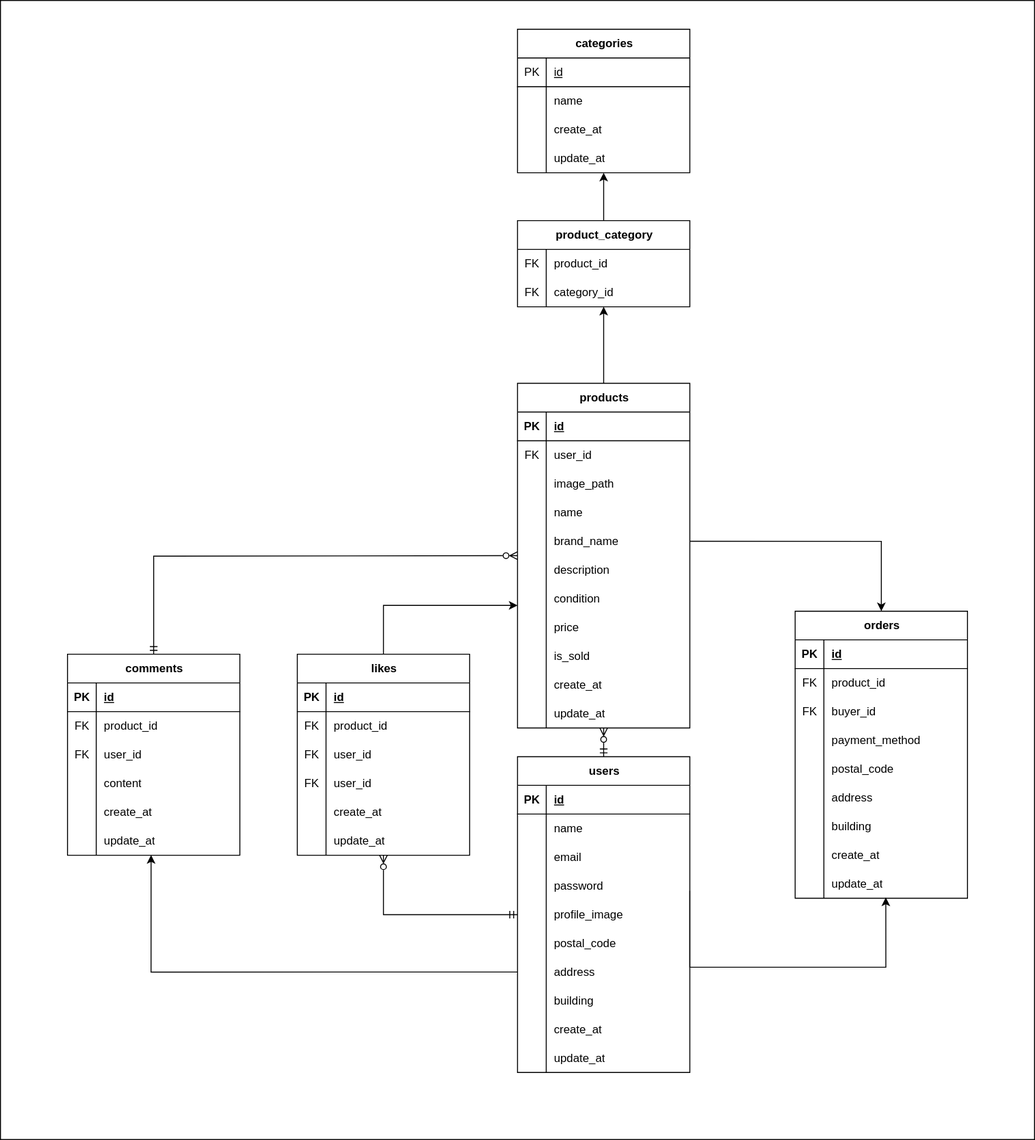
ainyan4645/flea-market_coachtech keeps this draw.io diagram as flea-market_ER.drawio.svg. Above is the earlier version. Source tidied: cells renumbered, new cells last; positions are measured from the earlier drawing's top-left corner, leaving out a move shared by most shapes.
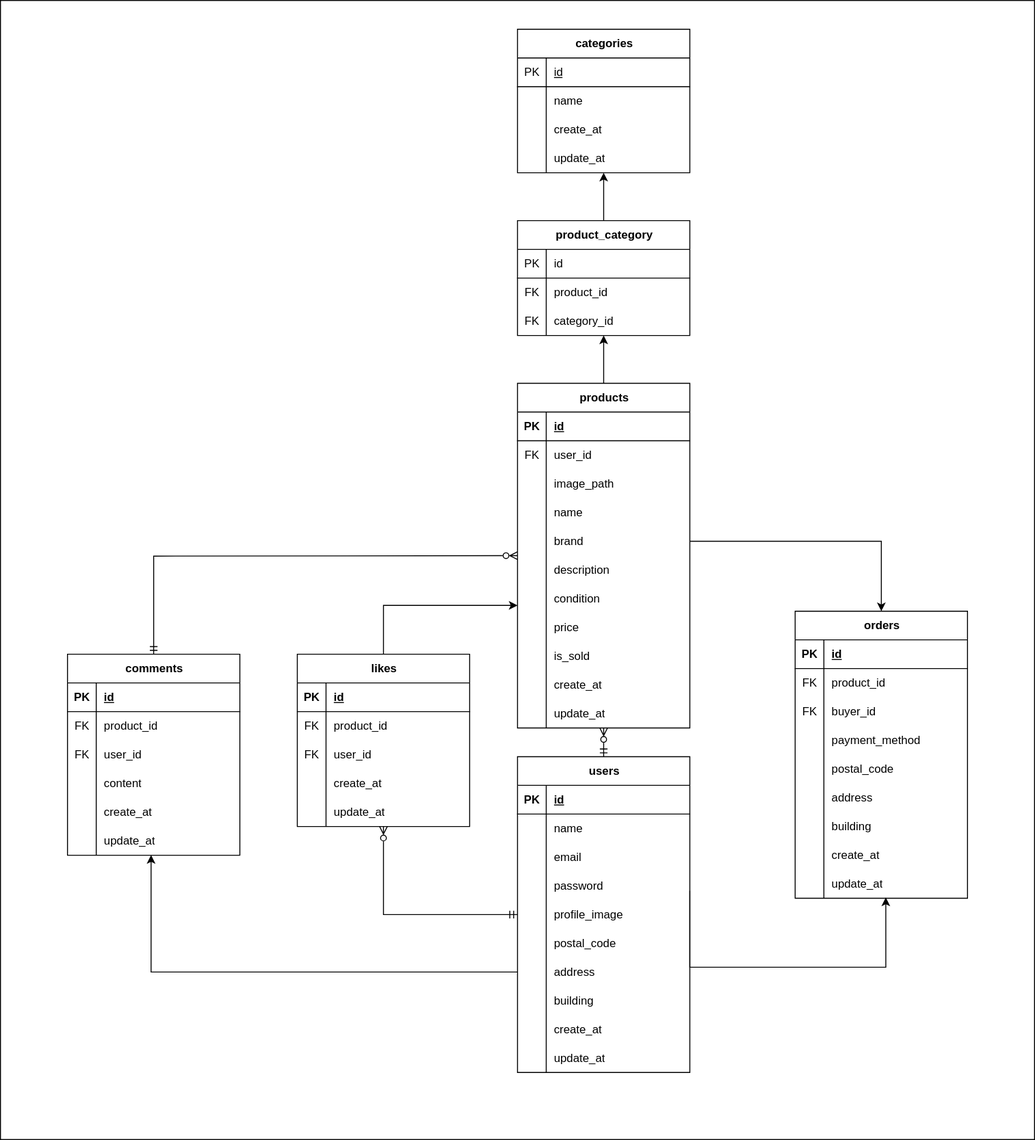
The same diagram one commit later.

Change to the diagram source:
```diff
@@ -110,7 +110,7 @@
       <mxGeometry x="30" width="150" height="30" as="geometry" />
     </mxCell>
     <mxCell id="36" value="likes" style="shape=table;startSize=30;rowLines=0;fontStyle=1;align=center;html=1;" parent="1" vertex="1">
-      <mxGeometry x="310" y="683" width="180" height="210" as="geometry" />
+      <mxGeometry x="310" y="683" width="180" height="180" as="geometry" />
     </mxCell>
     <mxCell id="37" style="shape=tableRow;horizontal=0;startSize=0;swimlaneHead=0;swimlaneBody=0;fillColor=none;top=0;left=0;right=0;bottom=1;" parent="36" vertex="1">
       <mxGeometry y="30" width="180" height="30" as="geometry" />
@@ -139,17 +139,8 @@
     <mxCell id="45" value="user_id" style="shape=partialRectangle;fillColor=none;top=0;left=0;bottom=0;right=0;align=left;spacingLeft=6;overflow=hidden;whiteSpace=wrap;html=1;" parent="43" vertex="1">
       <mxGeometry x="30" width="150" height="30" as="geometry" />
     </mxCell>
-    <mxCell id="46" style="shape=tableRow;horizontal=0;startSize=0;swimlaneHead=0;swimlaneBody=0;fillColor=none;top=0;left=0;right=0;bottom=0;" parent="36" vertex="1">
-      <mxGeometry y="120" width="180" height="30" as="geometry" />
-    </mxCell>
-    <mxCell id="47" value="FK" style="shape=partialRectangle;fillColor=none;top=0;left=0;bottom=0;right=0;overflow=hidden;whiteSpace=wrap;html=1;" parent="46" vertex="1">
-      <mxGeometry width="30" height="30" as="geometry" />
-    </mxCell>
-    <mxCell id="48" value="user_id" style="shape=partialRectangle;fillColor=none;top=0;left=0;bottom=0;right=0;align=left;spacingLeft=6;overflow=hidden;whiteSpace=wrap;html=1;" parent="46" vertex="1">
-      <mxGeometry x="30" width="150" height="30" as="geometry" />
-    </mxCell>
     <mxCell id="49" style="shape=tableRow;horizontal=0;startSize=0;swimlaneHead=0;swimlaneBody=0;fillColor=none;top=0;left=0;right=0;bottom=0;" parent="36" vertex="1">
-      <mxGeometry y="150" width="180" height="30" as="geometry" />
+      <mxGeometry y="120" width="180" height="30" as="geometry" />
     </mxCell>
     <mxCell id="50" style="shape=partialRectangle;fillColor=none;top=0;left=0;bottom=0;right=0;overflow=hidden;whiteSpace=wrap;html=1;" parent="49" vertex="1">
       <mxGeometry width="30" height="30" as="geometry" />
@@ -158,7 +149,7 @@
       <mxGeometry x="30" width="150" height="30" as="geometry" />
     </mxCell>
     <mxCell id="52" style="shape=tableRow;horizontal=0;startSize=0;swimlaneHead=0;swimlaneBody=0;fillColor=none;top=0;left=0;right=0;bottom=0;" parent="36" vertex="1">
-      <mxGeometry y="180" width="180" height="30" as="geometry" />
+      <mxGeometry y="150" width="180" height="30" as="geometry" />
     </mxCell>
     <mxCell id="53" style="shape=partialRectangle;fillColor=none;top=0;left=0;bottom=0;right=0;overflow=hidden;whiteSpace=wrap;html=1;" parent="52" vertex="1">
       <mxGeometry width="30" height="30" as="geometry" />
@@ -222,7 +213,7 @@
     <mxCell id="72" style="shape=partialRectangle;fillColor=none;top=0;left=0;bottom=0;right=0;overflow=hidden;whiteSpace=wrap;html=1;" parent="71" vertex="1">
       <mxGeometry width="30" height="30" as="geometry" />
     </mxCell>
-    <mxCell id="73" value="brand_name" style="shape=partialRectangle;fillColor=none;top=0;left=0;bottom=0;right=0;align=left;spacingLeft=6;overflow=hidden;whiteSpace=wrap;html=1;" parent="71" vertex="1">
+    <mxCell id="73" value="brand" style="shape=partialRectangle;fillColor=none;top=0;left=0;bottom=0;right=0;align=left;spacingLeft=6;overflow=hidden;whiteSpace=wrap;html=1;" parent="71" vertex="1">
       <mxGeometry x="30" width="150" height="30" as="geometry" />
     </mxCell>
     <mxCell id="74" style="shape=tableRow;horizontal=0;startSize=0;swimlaneHead=0;swimlaneBody=0;fillColor=none;top=0;left=0;right=0;bottom=0;" parent="58" vertex="1">
@@ -340,19 +331,28 @@
       <mxGeometry relative="1" as="geometry" />
     </mxCell>
     <mxCell id="112" value="product_category" style="shape=table;startSize=30;rowLines=0;fontStyle=1;align=center;html=1;" parent="1" vertex="1">
-      <mxGeometry x="540" y="230" width="180" height="90" as="geometry" />
+      <mxGeometry x="540" y="230" width="180" height="120" as="geometry" />
     </mxCell>
-    <mxCell id="113" style="shape=tableRow;horizontal=0;startSize=0;swimlaneHead=0;swimlaneBody=0;fillColor=none;top=0;left=0;right=0;bottom=0;" parent="112" vertex="1">
+    <mxCell id="113" style="shape=tableRow;horizontal=0;startSize=0;swimlaneHead=0;swimlaneBody=0;fillColor=none;top=0;left=0;right=0;bottom=1;" parent="112" vertex="1">
       <mxGeometry y="30" width="180" height="30" as="geometry" />
     </mxCell>
-    <mxCell id="114" value="FK" style="shape=partialRectangle;fillColor=none;top=0;left=0;bottom=0;right=0;overflow=hidden;whiteSpace=wrap;html=1;" parent="113" vertex="1">
+    <mxCell id="114" value="PK" style="shape=partialRectangle;fillColor=none;top=0;left=0;bottom=0;right=0;overflow=hidden;whiteSpace=wrap;html=1;" parent="113" vertex="1">
       <mxGeometry width="30" height="30" as="geometry" />
     </mxCell>
-    <mxCell id="115" value="product_id" style="shape=partialRectangle;fillColor=none;top=0;left=0;bottom=0;right=0;align=left;spacingLeft=6;overflow=hidden;whiteSpace=wrap;html=1;" parent="113" vertex="1">
+    <mxCell id="115" value="&lt;div&gt;&lt;span style=&quot;background-color: transparent; color: light-dark(rgb(0, 0, 0), rgb(255, 255, 255));&quot;&gt;id&lt;/span&gt;&lt;/div&gt;" style="shape=partialRectangle;fillColor=none;top=0;left=0;bottom=0;right=0;align=left;spacingLeft=6;overflow=hidden;whiteSpace=wrap;html=1;" parent="113" vertex="1">
       <mxGeometry x="30" width="150" height="30" as="geometry" />
     </mxCell>
+    <mxCell id="163" style="shape=tableRow;horizontal=0;startSize=0;swimlaneHead=0;swimlaneBody=0;fillColor=none;top=0;left=0;right=0;bottom=0;" parent="112" vertex="1">
+      <mxGeometry y="60" width="180" height="30" as="geometry" />
+    </mxCell>
+    <mxCell id="47" value="&lt;div&gt;FK&lt;/div&gt;" style="shape=partialRectangle;fillColor=none;top=0;left=0;bottom=0;right=0;overflow=hidden;whiteSpace=wrap;html=1;" parent="163" vertex="1">
+      <mxGeometry width="30" height="30" as="geometry" />
+    </mxCell>
+    <mxCell id="164" value="product_id" style="shape=partialRectangle;fillColor=none;top=0;left=0;bottom=0;right=0;align=left;spacingLeft=6;overflow=hidden;whiteSpace=wrap;html=1;" parent="163" vertex="1">
+      <mxGeometry x="30" width="150" height="30" as="geometry" />
+    </mxCell>
     <mxCell id="116" style="shape=tableRow;horizontal=0;startSize=0;swimlaneHead=0;swimlaneBody=0;fillColor=none;top=0;left=0;right=0;bottom=0;" parent="112" vertex="1">
-      <mxGeometry y="60" width="180" height="30" as="geometry" />
+      <mxGeometry y="90" width="180" height="30" as="geometry" />
     </mxCell>
     <mxCell id="117" value="FK" style="shape=partialRectangle;fillColor=none;top=0;left=0;bottom=0;right=0;overflow=hidden;whiteSpace=wrap;html=1;" parent="116" vertex="1">
       <mxGeometry width="30" height="30" as="geometry" />
```
